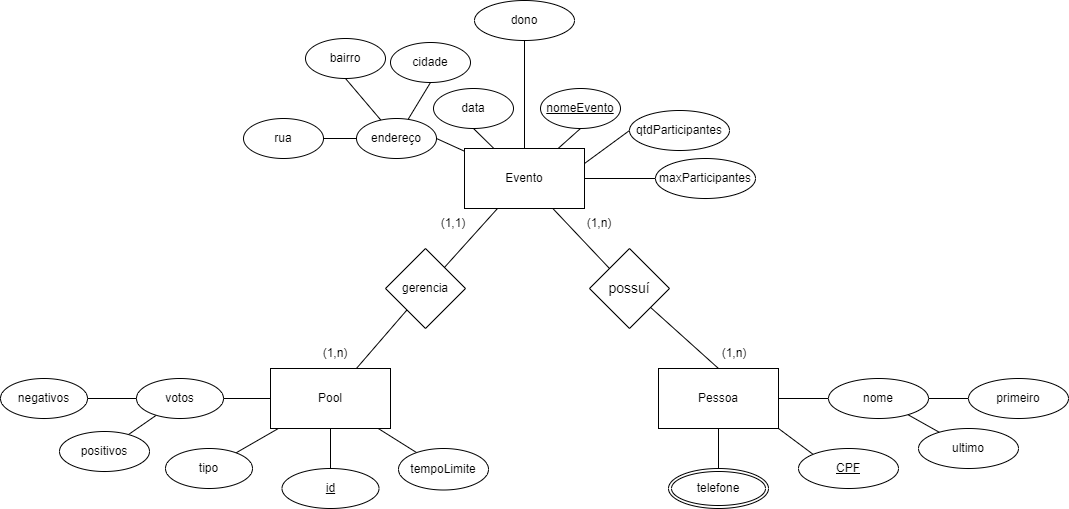
Above: modelos-bd/modelo-conceitual-myMeetings.png in lunatos/TI2-BancoDeDados (draw.io), before the change. Source tidied: cells renumbered, new cells last; positions are measured from the earlier drawing's top-left corner, leaving out a move shared by most shapes.
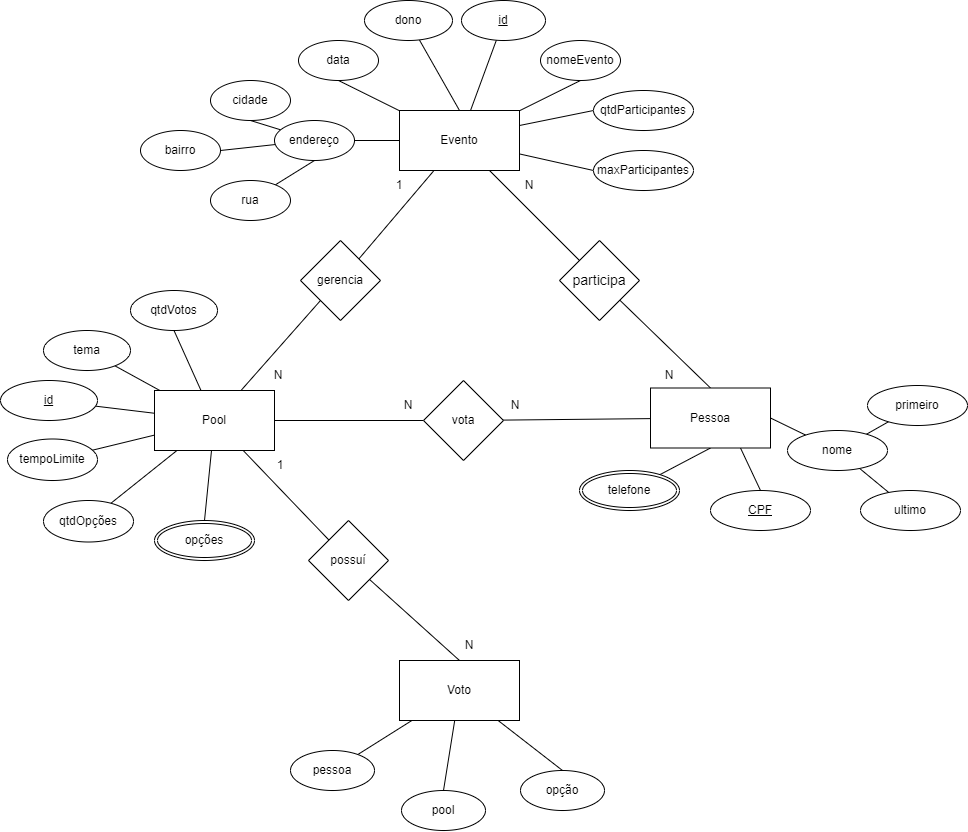
The same file after the commit.

Commit message:
DER versao final

What changed in the source:
```diff
@@ -23,58 +23,53 @@
     <mxCell id="8" style="edgeStyle=none;rounded=0;jettySize=auto;html=1;endArrow=none;endFill=0;" parent="1" edge="1" source="9" target="39">
       <mxGeometry relative="1" as="geometry" />
     </mxCell>
+    <mxCell id="56" style="edgeStyle=none;rounded=0;jettySize=auto;html=1;endArrow=none;endFill=0;" parent="1" edge="1" source="9" target="66">
+      <mxGeometry relative="1" as="geometry" />
+    </mxCell>
     <mxCell id="9" value="Evento" style="rounded=0;whiteSpace=wrap;html=1;" parent="1" vertex="1">
       <mxGeometry x="464" y="148" width="120" height="60" as="geometry" />
     </mxCell>
-    <mxCell id="10" style="edgeStyle=none;rounded=0;jettySize=auto;html=1;endArrow=none;endFill=0;exitX=0;exitY=0.5;exitDx=0;exitDy=0;" parent="1" edge="1" source="13" target="15">
+    <mxCell id="10" style="edgeStyle=none;rounded=0;jettySize=auto;html=1;endArrow=none;endFill=0;exitX=0.5;exitY=1;exitDx=0;exitDy=0;" parent="1" edge="1" source="13" target="15">
       <mxGeometry relative="1" as="geometry" />
     </mxCell>
-    <mxCell id="11" style="edgeStyle=none;rounded=0;jettySize=auto;html=1;entryX=0.5;entryY=1;entryDx=0;entryDy=0;endArrow=none;endFill=0;" parent="1" edge="1" source="13" target="16">
+    <mxCell id="11" style="edgeStyle=none;rounded=0;jettySize=auto;html=1;entryX=1;entryY=0.5;entryDx=0;entryDy=0;endArrow=none;endFill=0;" parent="1" edge="1" source="13" target="16">
       <mxGeometry relative="1" as="geometry" />
     </mxCell>
     <mxCell id="12" style="edgeStyle=none;rounded=0;jettySize=auto;html=1;endArrow=none;endFill=0;entryX=0.5;entryY=1;entryDx=0;entryDy=0;" parent="1" edge="1" source="13" target="18">
       <mxGeometry relative="1" as="geometry" />
     </mxCell>
     <mxCell id="13" value="endereço" style="ellipse;whiteSpace=wrap;html=1;" parent="1" vertex="1">
-      <mxGeometry x="356" y="118" width="80" height="40" as="geometry" />
+      <mxGeometry x="339" y="158" width="80" height="40" as="geometry" />
     </mxCell>
     <mxCell id="14" value="data" style="ellipse;whiteSpace=wrap;html=1;" parent="1" vertex="1">
-      <mxGeometry x="433" y="88" width="80" height="40" as="geometry" />
+      <mxGeometry x="363" y="78" width="80" height="40" as="geometry" />
     </mxCell>
     <mxCell id="15" value="rua" style="ellipse;whiteSpace=wrap;html=1;" parent="1" vertex="1">
-      <mxGeometry x="243" y="118" width="80" height="40" as="geometry" />
+      <mxGeometry x="275" y="218" width="80" height="40" as="geometry" />
     </mxCell>
     <mxCell id="16" value="bairro" style="ellipse;whiteSpace=wrap;html=1;" parent="1" vertex="1">
-      <mxGeometry x="305" y="38" width="80" height="40" as="geometry" />
+      <mxGeometry x="205" y="168" width="80" height="40" as="geometry" />
     </mxCell>
-    <mxCell id="17" value="&lt;u&gt;nomeEvento&lt;/u&gt;" style="ellipse;whiteSpace=wrap;html=1;" parent="1" vertex="1">
-      <mxGeometry x="540" y="88" width="80" height="40" as="geometry" />
+    <mxCell id="17" value="nomeEvento" style="ellipse;whiteSpace=wrap;html=1;" parent="1" vertex="1">
+      <mxGeometry x="605" y="78" width="80" height="40" as="geometry" />
     </mxCell>
     <mxCell id="18" value="cidade" style="ellipse;whiteSpace=wrap;html=1;" parent="1" vertex="1">
-      <mxGeometry x="390" y="42" width="80" height="40" as="geometry" />
+      <mxGeometry x="275" y="118" width="80" height="40" as="geometry" />
     </mxCell>
-    <mxCell id="19" style="edgeStyle=none;rounded=0;jettySize=auto;html=1;endArrow=none;endFill=0;entryX=0;entryY=0;entryDx=0;entryDy=0;exitX=1;exitY=1;exitDx=0;exitDy=0;" parent="1" edge="1" source="34" target="23">
+    <mxCell id="19" style="edgeStyle=none;rounded=0;jettySize=auto;html=1;endArrow=none;endFill=0;entryX=0.5;entryY=0;entryDx=0;entryDy=0;exitX=0.75;exitY=1;exitDx=0;exitDy=0;" parent="1" edge="1" source="34" target="23">
       <mxGeometry relative="1" as="geometry" />
     </mxCell>
-    <mxCell id="20" style="edgeStyle=none;rounded=0;jettySize=auto;html=1;endArrow=none;endFill=0;" parent="1" edge="1" target="24">
-      <mxGeometry relative="1" as="geometry">
-        <mxPoint x="718" y="428" as="sourcePoint" />
-      </mxGeometry>
+    <mxCell id="20" style="edgeStyle=none;rounded=0;jettySize=auto;html=1;endArrow=none;endFill=0;exitX=0.5;exitY=1;exitDx=0;exitDy=0;" parent="1" edge="1" source="34" target="24">
+      <mxGeometry relative="1" as="geometry" />
     </mxCell>
-    <mxCell id="21" style="edgeStyle=none;rounded=0;orthogonalLoop=1;jettySize=auto;html=1;endArrow=none;endFill=0;" parent="1" edge="1">
-      <mxGeometry relative="1" as="geometry">
-        <mxPoint x="783" y="398" as="sourcePoint" />
-        <mxPoint x="788" y="398" as="targetPoint" />
-      </mxGeometry>
-    </mxCell>
     <mxCell id="22" style="edgeStyle=none;rounded=0;jettySize=auto;html=1;endArrow=none;endFill=0;exitX=1;exitY=0.5;exitDx=0;exitDy=0;" parent="1" edge="1" source="34" target="27">
       <mxGeometry relative="1" as="geometry" />
     </mxCell>
     <mxCell id="23" value="CPF" style="ellipse;whiteSpace=wrap;html=1;align=center;fontStyle=4;" parent="1" vertex="1">
-      <mxGeometry x="798" y="448" width="100" height="40" as="geometry" />
+      <mxGeometry x="775" y="528" width="100" height="40" as="geometry" />
     </mxCell>
     <mxCell id="24" value="telefone" style="ellipse;shape=doubleEllipse;margin=3;whiteSpace=wrap;html=1;align=center;" parent="1" vertex="1">
-      <mxGeometry x="668" y="468" width="100" height="40" as="geometry" />
+      <mxGeometry x="644" y="508" width="100" height="40" as="geometry" />
     </mxCell>
     <mxCell id="25" style="edgeStyle=none;rounded=0;jettySize=auto;html=1;endArrow=none;endFill=0;" parent="1" edge="1" source="27" target="28">
       <mxGeometry relative="1" as="geometry" />
@@ -83,48 +78,51 @@
       <mxGeometry relative="1" as="geometry" />
     </mxCell>
     <mxCell id="27" value="nome" style="ellipse;whiteSpace=wrap;html=1;align=center;" parent="1" vertex="1">
-      <mxGeometry x="828" y="378" width="100" height="40" as="geometry" />
+      <mxGeometry x="852" y="468" width="100" height="40" as="geometry" />
     </mxCell>
     <mxCell id="28" value="primeiro" style="ellipse;whiteSpace=wrap;html=1;align=center;" parent="1" vertex="1">
-      <mxGeometry x="968" y="378" width="100" height="40" as="geometry" />
+      <mxGeometry x="932" y="423" width="100" height="40" as="geometry" />
     </mxCell>
     <mxCell id="29" value="ultimo" style="ellipse;whiteSpace=wrap;html=1;align=center;" parent="1" vertex="1">
-      <mxGeometry x="918" y="428" width="100" height="40" as="geometry" />
+      <mxGeometry x="925" y="528" width="100" height="40" as="geometry" />
     </mxCell>
-    <mxCell id="30" value="(1,n)" style="text;html=1;strokeColor=none;fillColor=none;align=center;verticalAlign=middle;whiteSpace=wrap;rounded=0;" parent="1" vertex="1">
-      <mxGeometry x="569" y="208" width="60" height="30" as="geometry" />
+    <mxCell id="30" value="N" style="text;html=1;strokeColor=none;fillColor=none;align=center;verticalAlign=middle;whiteSpace=wrap;rounded=0;" parent="1" vertex="1">
+      <mxGeometry x="564" y="208" width="60" height="30" as="geometry" />
     </mxCell>
-    <mxCell id="31" value="(1,n)" style="text;html=1;strokeColor=none;fillColor=none;align=center;verticalAlign=middle;whiteSpace=wrap;rounded=0;" parent="1" vertex="1">
-      <mxGeometry x="704" y="338" width="60" height="30" as="geometry" />
+    <mxCell id="31" value="N" style="text;html=1;strokeColor=none;fillColor=none;align=center;verticalAlign=middle;whiteSpace=wrap;rounded=0;" parent="1" vertex="1">
+      <mxGeometry x="704" y="398" width="60" height="30" as="geometry" />
     </mxCell>
     <mxCell id="32" style="rounded=0;jettySize=auto;html=1;entryX=0.5;entryY=0;entryDx=0;entryDy=0;fontSize=14;endArrow=none;endFill=0;" parent="1" edge="1" source="33" target="34">
       <mxGeometry relative="1" as="geometry" />
     </mxCell>
-    <mxCell id="33" value="possuí" style="rhombus;whiteSpace=wrap;html=1;fontSize=14;" parent="1" vertex="1">
-      <mxGeometry x="589" y="248" width="80" height="80" as="geometry" />
+    <mxCell id="33" value="participa" style="rhombus;whiteSpace=wrap;html=1;fontSize=14;" parent="1" vertex="1">
+      <mxGeometry x="624" y="278" width="80" height="80" as="geometry" />
     </mxCell>
+    <mxCell id="57" style="rounded=0;jettySize=auto;html=1;endArrow=none;endFill=0;" parent="1" edge="1" source="34" target="62">
+      <mxGeometry relative="1" as="geometry" />
+    </mxCell>
     <mxCell id="34" value="Pessoa" style="rounded=0;whiteSpace=wrap;html=1;" parent="1" vertex="1">
-      <mxGeometry x="658" y="368" width="120" height="60" as="geometry" />
+      <mxGeometry x="715" y="425.5" width="120" height="60" as="geometry" />
     </mxCell>
     <mxCell id="35" value="maxParticipantes" style="ellipse;whiteSpace=wrap;html=1;align=center;" parent="1" vertex="1">
-      <mxGeometry x="655" y="158" width="100" height="40" as="geometry" />
+      <mxGeometry x="658" y="188" width="100" height="40" as="geometry" />
     </mxCell>
-    <mxCell id="36" style="edgeStyle=orthogonalEdgeStyle;rounded=0;jettySize=auto;html=1;entryX=0.5;entryY=0;entryDx=0;entryDy=0;endArrow=none;endFill=0;" parent="1" edge="1" source="37" target="9">
+    <mxCell id="36" style="rounded=0;jettySize=auto;html=1;entryX=0.5;entryY=0;entryDx=0;entryDy=0;endArrow=none;endFill=0;" parent="1" edge="1" source="37" target="9">
       <mxGeometry relative="1" as="geometry" />
     </mxCell>
     <mxCell id="37" value="dono" style="ellipse;whiteSpace=wrap;html=1;align=center;" parent="1" vertex="1">
-      <mxGeometry x="474" width="100" height="40" as="geometry" />
+      <mxGeometry x="429" y="38" width="88" height="40" as="geometry" />
     </mxCell>
     <mxCell id="38" value="qtdParticipantes" style="ellipse;whiteSpace=wrap;html=1;align=center;" parent="1" vertex="1">
-      <mxGeometry x="629" y="110" width="100" height="40" as="geometry" />
+      <mxGeometry x="658" y="128" width="100" height="40" as="geometry" />
     </mxCell>
     <mxCell id="39" value="gerencia" style="rhombus;whiteSpace=wrap;html=1;rounded=0;" parent="1" vertex="1">
-      <mxGeometry x="385" y="248" width="80" height="80" as="geometry" />
+      <mxGeometry x="365" y="278" width="80" height="80" as="geometry" />
     </mxCell>
-    <mxCell id="40" style="edgeStyle=none;rounded=0;jettySize=auto;html=1;endArrow=none;endFill=0;" parent="1" edge="1" source="45" target="39">
+    <mxCell id="40" style="edgeStyle=none;rounded=0;jettySize=auto;html=1;endArrow=none;endFill=0;entryX=0;entryY=1;entryDx=0;entryDy=0;" parent="1" edge="1" source="45" target="39">
       <mxGeometry relative="1" as="geometry" />
     </mxCell>
-    <mxCell id="41" style="edgeStyle=none;rounded=0;jettySize=auto;html=1;endArrow=none;endFill=0;entryX=1;entryY=0.5;entryDx=0;entryDy=0;" parent="1" edge="1" source="45" target="50">
+    <mxCell id="41" style="edgeStyle=none;rounded=0;jettySize=auto;html=1;endArrow=none;endFill=0;entryX=0.5;entryY=1;entryDx=0;entryDy=0;" parent="1" edge="1" source="45" target="50">
       <mxGeometry relative="1" as="geometry" />
     </mxCell>
     <mxCell id="42" style="edgeStyle=none;rounded=0;jettySize=auto;html=1;endArrow=none;endFill=0;" parent="1" edge="1" source="45" target="51">
@@ -136,38 +134,89 @@
     <mxCell id="44" style="rounded=0;jettySize=auto;html=1;endArrow=none;endFill=0;" parent="1" edge="1" source="45" target="55">
       <mxGeometry relative="1" as="geometry" />
     </mxCell>
+    <mxCell id="58" style="edgeStyle=none;rounded=0;jettySize=auto;html=1;endArrow=none;endFill=0;" parent="1" edge="1" source="45" target="72">
+      <mxGeometry relative="1" as="geometry" />
+    </mxCell>
+    <mxCell id="59" style="edgeStyle=none;rounded=0;jettySize=auto;html=1;endArrow=none;endFill=0;entryX=0.5;entryY=0;entryDx=0;entryDy=0;" parent="1" edge="1" source="45" target="78">
+      <mxGeometry relative="1" as="geometry" />
+    </mxCell>
+    <mxCell id="60" style="rounded=0;jettySize=auto;html=1;endArrow=none;endFill=0;" parent="1" edge="1" source="45" target="79">
+      <mxGeometry relative="1" as="geometry" />
+    </mxCell>
     <mxCell id="45" value="Pool" style="rounded=0;whiteSpace=wrap;html=1;" parent="1" vertex="1">
-      <mxGeometry x="270" y="368" width="120" height="60" as="geometry" />
+      <mxGeometry x="219" y="428" width="120" height="60" as="geometry" />
     </mxCell>
-    <mxCell id="46" value="(1,1)" style="text;html=1;strokeColor=none;fillColor=none;align=center;verticalAlign=middle;whiteSpace=wrap;rounded=0;" parent="1" vertex="1">
-      <mxGeometry x="423" y="208" width="60" height="30" as="geometry" />
-    </mxCell>
-    <mxCell id="47" value="(1,n)" style="text;html=1;strokeColor=none;fillColor=none;align=center;verticalAlign=middle;whiteSpace=wrap;rounded=0;" parent="1" vertex="1">
-      <mxGeometry x="305" y="338" width="60" height="30" as="geometry" />
+    <mxCell id="47" value="N" style="text;html=1;strokeColor=none;fillColor=none;align=center;verticalAlign=middle;whiteSpace=wrap;rounded=0;" parent="1" vertex="1">
+      <mxGeometry x="313" y="398" width="60" height="30" as="geometry" />
     </mxCell>
-    <mxCell id="48" style="edgeStyle=none;rounded=0;jettySize=auto;html=1;endArrow=none;endFill=0;" parent="1" edge="1" source="50" target="53">
-      <mxGeometry relative="1" as="geometry" />
-    </mxCell>
-    <mxCell id="49" style="edgeStyle=none;rounded=0;jettySize=auto;html=1;endArrow=none;endFill=0;" parent="1" edge="1" source="50" target="54">
-      <mxGeometry relative="1" as="geometry" />
-    </mxCell>
-    <mxCell id="50" value="votos" style="ellipse;whiteSpace=wrap;html=1;rounded=0;" parent="1" vertex="1">
-      <mxGeometry x="136" y="378" width="87" height="40" as="geometry" />
+    <mxCell id="50" value="qtdVotos" style="ellipse;whiteSpace=wrap;html=1;rounded=0;" parent="1" vertex="1">
+      <mxGeometry x="195" y="328" width="87" height="40" as="geometry" />
     </mxCell>
     <mxCell id="51" value="&lt;u&gt;id&lt;/u&gt;" style="ellipse;whiteSpace=wrap;html=1;rounded=0;" parent="1" vertex="1">
-      <mxGeometry x="281.5" y="468" width="97" height="40" as="geometry" />
+      <mxGeometry x="65" y="418" width="97" height="40" as="geometry" />
     </mxCell>
-    <mxCell id="52" value="tipo" style="ellipse;whiteSpace=wrap;html=1;rounded=0;" parent="1" vertex="1">
-      <mxGeometry x="165" y="448" width="87" height="40" as="geometry" />
+    <mxCell id="52" value="tema" style="ellipse;whiteSpace=wrap;html=1;rounded=0;" parent="1" vertex="1">
+      <mxGeometry x="108" y="368" width="87" height="40" as="geometry" />
     </mxCell>
-    <mxCell id="53" value="positivos" style="ellipse;whiteSpace=wrap;html=1;rounded=0;" parent="1" vertex="1">
-      <mxGeometry x="59" y="431" width="90" height="40" as="geometry" />
-    </mxCell>
-    <mxCell id="54" value="negativos" style="ellipse;whiteSpace=wrap;html=1;rounded=0;" parent="1" vertex="1">
-      <mxGeometry y="378" width="87" height="40" as="geometry" />
-    </mxCell>
     <mxCell id="55" value="tempoLimite" style="ellipse;whiteSpace=wrap;html=1;rounded=0;" parent="1" vertex="1">
-      <mxGeometry x="398" y="448" width="90" height="41.5" as="geometry" />
+      <mxGeometry x="72" y="476.5" width="90" height="41.5" as="geometry" />
     </mxCell>
+    <mxCell id="61" style="edgeStyle=orthogonalEdgeStyle;rounded=0;jettySize=auto;html=1;entryX=1;entryY=0.5;entryDx=0;entryDy=0;endArrow=none;endFill=0;" parent="1" edge="1" source="62" target="45">
+      <mxGeometry relative="1" as="geometry" />
+    </mxCell>
+    <mxCell id="62" value="vota" style="rhombus;whiteSpace=wrap;html=1;rounded=0;" parent="1" vertex="1">
+      <mxGeometry x="488" y="418" width="80" height="80" as="geometry" />
+    </mxCell>
+    <mxCell id="63" value="N" style="text;html=1;strokeColor=none;fillColor=none;align=center;verticalAlign=middle;whiteSpace=wrap;rounded=0;" parent="1" vertex="1">
+      <mxGeometry x="550" y="428" width="60" height="30" as="geometry" />
+    </mxCell>
+    <mxCell id="64" value="N" style="text;html=1;strokeColor=none;fillColor=none;align=center;verticalAlign=middle;whiteSpace=wrap;rounded=0;" parent="1" vertex="1">
+      <mxGeometry x="443" y="428" width="60" height="30" as="geometry" />
+    </mxCell>
+    <mxCell id="65" value="1" style="text;html=1;strokeColor=none;fillColor=none;align=center;verticalAlign=middle;whiteSpace=wrap;rounded=0;" parent="1" vertex="1">
+      <mxGeometry x="434" y="208" width="60" height="30" as="geometry" />
+    </mxCell>
+    <mxCell id="66" value="&lt;u&gt;id&lt;/u&gt;" style="ellipse;whiteSpace=wrap;html=1;rounded=0;" parent="1" vertex="1">
+      <mxGeometry x="526" y="38" width="84" height="40" as="geometry" />
+    </mxCell>
+    <mxCell id="67" style="edgeStyle=none;rounded=0;jettySize=auto;html=1;endArrow=none;endFill=0;" parent="1" edge="1" source="70" target="73">
+      <mxGeometry relative="1" as="geometry" />
+    </mxCell>
+    <mxCell id="68" style="edgeStyle=none;rounded=0;jettySize=auto;html=1;entryX=0.5;entryY=0;entryDx=0;entryDy=0;endArrow=none;endFill=0;" parent="1" edge="1" source="70" target="74">
+      <mxGeometry relative="1" as="geometry" />
+    </mxCell>
+    <mxCell id="69" style="edgeStyle=none;rounded=0;jettySize=auto;html=1;entryX=0.5;entryY=0;entryDx=0;entryDy=0;endArrow=none;endFill=0;" parent="1" edge="1" source="70" target="77">
+      <mxGeometry relative="1" as="geometry" />
+    </mxCell>
+    <mxCell id="70" value="Voto" style="rounded=0;whiteSpace=wrap;html=1;" parent="1" vertex="1">
+      <mxGeometry x="464" y="698" width="120" height="60" as="geometry" />
+    </mxCell>
+    <mxCell id="71" style="edgeStyle=none;rounded=0;jettySize=auto;html=1;entryX=0.5;entryY=0;entryDx=0;entryDy=0;endArrow=none;endFill=0;" parent="1" edge="1" source="72" target="70">
+      <mxGeometry relative="1" as="geometry" />
+    </mxCell>
+    <mxCell id="72" value="possuí" style="rhombus;whiteSpace=wrap;html=1;rounded=0;" parent="1" vertex="1">
+      <mxGeometry x="373" y="558" width="80" height="80" as="geometry" />
+    </mxCell>
+    <mxCell id="73" value="pessoa" style="ellipse;whiteSpace=wrap;html=1;rounded=0;" parent="1" vertex="1">
+      <mxGeometry x="355" y="788" width="84" height="40" as="geometry" />
+    </mxCell>
+    <mxCell id="74" value="pool" style="ellipse;whiteSpace=wrap;html=1;rounded=0;" parent="1" vertex="1">
+      <mxGeometry x="466" y="828" width="84" height="40" as="geometry" />
+    </mxCell>
+    <mxCell id="75" value="N" style="text;html=1;strokeColor=none;fillColor=none;align=center;verticalAlign=middle;whiteSpace=wrap;rounded=0;" parent="1" vertex="1">
+      <mxGeometry x="504" y="668" width="60" height="30" as="geometry" />
+    </mxCell>
+    <mxCell id="76" value="1" style="text;html=1;strokeColor=none;fillColor=none;align=center;verticalAlign=middle;whiteSpace=wrap;rounded=0;" parent="1" vertex="1">
+      <mxGeometry x="315" y="488" width="60" height="30" as="geometry" />
+    </mxCell>
+    <mxCell id="77" value="opção" style="ellipse;whiteSpace=wrap;html=1;rounded=0;" parent="1" vertex="1">
+      <mxGeometry x="585" y="808" width="84" height="40" as="geometry" />
+    </mxCell>
+    <mxCell id="78" value="opções" style="ellipse;shape=doubleEllipse;margin=3;whiteSpace=wrap;html=1;align=center;" parent="1" vertex="1">
+      <mxGeometry x="219" y="558" width="100" height="40" as="geometry" />
+    </mxCell>
+    <mxCell id="79" value="qtdOpções" style="ellipse;whiteSpace=wrap;html=1;rounded=0;" parent="1" vertex="1">
+      <mxGeometry x="108" y="538" width="90" height="41.5" as="geometry" />
+    </mxCell>
   </root>
 </mxGraphModel>
```
